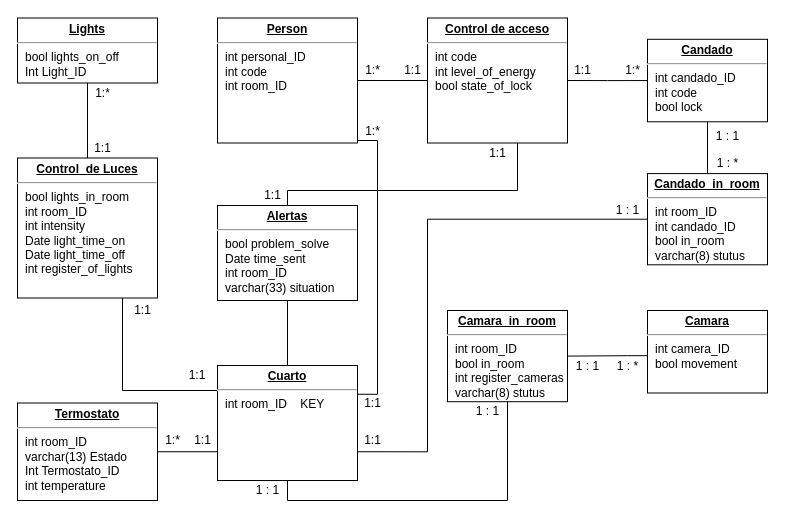
DemiurgeApeiron/A01028325-InternetOfThings keeps this draw.io diagram as act3/Tarea 3 en equipo.drawio. Above is the earlier version. Source tidied: cells renumbered, new cells numbered last; positions are measured from the earlier drawing's top-left corner, leaving out a move shared by most shapes. Both pictures are drawn from the tidied source at 100%, with x=0, y=0 at pixel (17, 18).
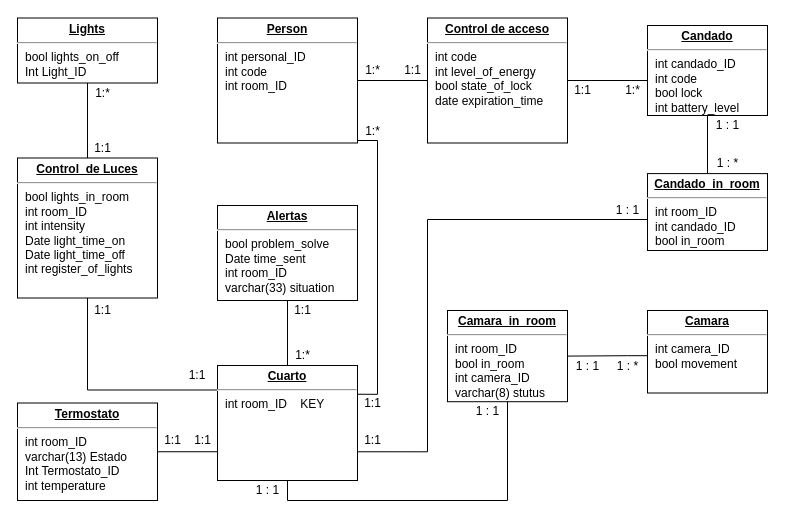
Above is the later version.

Unchanged cells that the change refers to:
```xml
<mxCell id="2" value="&lt;p style=&quot;margin: 0px ; margin-top: 4px ; text-align: center ; text-decoration: underline&quot;&gt;&lt;b&gt;Control&amp;nbsp; de Luces&lt;/b&gt;&lt;/p&gt;&lt;hr&gt;&lt;p style=&quot;margin: 0px ; margin-left: 8px&quot;&gt;bool lights_in_room&lt;/p&gt;&lt;p style=&quot;margin: 0px ; margin-left: 8px&quot;&gt;int room_ID&lt;/p&gt;&lt;p style=&quot;margin: 0px ; margin-left: 8px&quot;&gt;int intensity&lt;/p&gt;&lt;p style=&quot;margin: 0px ; margin-left: 8px&quot;&gt;Date light_time_on&lt;/p&gt;&lt;p style=&quot;margin: 0px ; margin-left: 8px&quot;&gt;Date light_time_off&lt;/p&gt;&lt;p style=&quot;margin: 0px ; margin-left: 8px&quot;&gt;int register_of_lights&lt;/p&gt;&lt;p style=&quot;margin: 0px ; margin-left: 8px&quot;&gt;&lt;br&gt;&lt;/p&gt;&lt;p style=&quot;margin: 0px ; margin-left: 8px&quot;&gt;&lt;br&gt;&lt;/p&gt;" style="verticalAlign=top;align=left;overflow=fill;fontSize=12;fontFamily=Helvetica;html=1;rounded=0;shadow=0;comic=0;labelBackgroundColor=none;strokeWidth=1;" parent="1" vertex="1">
  <mxGeometry y="139.5" width="140" height="140" as="geometry" />
</mxCell>
<mxCell id="5" value="&lt;p style=&quot;margin: 0px ; margin-top: 4px ; text-align: center ; text-decoration: underline&quot;&gt;&lt;b&gt;Alertas&lt;/b&gt;&lt;/p&gt;&lt;hr&gt;&lt;p style=&quot;margin: 0px ; margin-left: 8px&quot;&gt;bool problem_solve&lt;/p&gt;&lt;p style=&quot;margin: 0px ; margin-left: 8px&quot;&gt;Date time_sent&lt;/p&gt;&lt;p style=&quot;margin: 0px ; margin-left: 8px&quot;&gt;int room_ID&lt;/p&gt;&lt;p style=&quot;margin: 0px ; margin-left: 8px&quot;&gt;varchar(33) situation&lt;/p&gt;" style="verticalAlign=top;align=left;overflow=fill;fontSize=12;fontFamily=Helvetica;html=1;rounded=0;shadow=0;comic=0;labelBackgroundColor=none;strokeWidth=1;" parent="1" vertex="1">
  <mxGeometry x="200" y="187" width="140" height="95" as="geometry" />
</mxCell>
<mxCell id="7" value="&lt;p style=&quot;margin: 0px ; margin-top: 4px ; text-align: center ; text-decoration: underline&quot;&gt;&lt;b&gt;Cuarto&lt;/b&gt;&lt;/p&gt;&lt;hr&gt;&lt;p style=&quot;margin: 0px ; margin-left: 8px&quot;&gt;int room_ID&amp;nbsp;&amp;nbsp;&amp;nbsp; KEY&lt;br&gt;&lt;/p&gt;&lt;p style=&quot;margin: 0px ; margin-left: 8px&quot;&gt;&lt;br&gt;&lt;/p&gt;" style="verticalAlign=top;align=left;overflow=fill;fontSize=12;fontFamily=Helvetica;html=1;rounded=0;shadow=0;comic=0;labelBackgroundColor=none;strokeWidth=1;" parent="1" vertex="1">
  <mxGeometry x="200" y="347" width="140" height="115" as="geometry" />
</mxCell>
```

What changed in the source:
```diff
@@
-    <mxCell id="6" style="edgeStyle=orthogonalEdgeStyle;rounded=0;html=1;exitX=0;exitY=0.25;entryX=0.75;entryY=1;labelBackgroundColor=none;endArrow=none;endFill=0;endSize=8;fontFamily=Verdana;fontSize=12;align=left;entryDx=0;entryDy=0;" parent="1" edge="1" source="7" target="2">
+    <mxCell id="6" style="edgeStyle=orthogonalEdgeStyle;rounded=0;html=1;exitX=0;exitY=0.25;labelBackgroundColor=none;endArrow=none;endFill=0;endSize=8;fontFamily=Verdana;fontSize=12;align=left;" parent="1" edge="1" source="7">
       <mxGeometry relative="1" as="geometry">
+        <mxPoint x="70" y="279.5" as="targetPoint" />
         <Array as="points">
-          <mxPoint x="200" y="372" />
-          <mxPoint x="105" y="372" />
+          <mxPoint x="200" y="371.5" />
+          <mxPoint x="70" y="371.5" />
+          <mxPoint x="70" y="279.5" />
         </Array>
       </mxGeometry>
     </mxCell>
@@
-    <mxCell id="8" style="edgeStyle=orthogonalEdgeStyle;rounded=0;html=1;labelBackgroundColor=none;endArrow=none;endFill=0;endSize=8;fontFamily=Verdana;fontSize=12;align=left;entryX=0.5;entryY=0;entryDx=0;entryDy=0;" parent="1" edge="1" source="9" target="5">
-      <mxGeometry relative="1" as="geometry">
-        <Array as="points">
-          <mxPoint x="500" y="172" />
-          <mxPoint x="270" y="172" />
-        </Array>
-      </mxGeometry>
-    </mxCell>
-    <mxCell id="9" value="&lt;p style=&quot;margin: 0px ; margin-top: 4px ; text-align: center ; text-decoration: underline&quot;&gt;&lt;b&gt;Control de acceso&lt;/b&gt;&lt;/p&gt;&lt;hr&gt;&lt;p style=&quot;margin: 0px ; margin-left: 8px&quot;&gt;int code&lt;/p&gt;&lt;p style=&quot;margin: 0px ; margin-left: 8px&quot;&gt;int level_of_energy&lt;/p&gt;&lt;p style=&quot;margin: 0px ; margin-left: 8px&quot;&gt;bool state_of_lock&lt;/p&gt;&lt;p style=&quot;margin: 0px ; margin-left: 8px&quot;&gt;&lt;br&gt;&lt;/p&gt;" style="verticalAlign=top;align=left;overflow=fill;fontSize=12;fontFamily=Helvetica;html=1;rounded=0;shadow=0;comic=0;labelBackgroundColor=none;strokeWidth=1;" parent="1" vertex="1">
+    <mxCell id="9" value="&lt;p style=&quot;margin: 0px ; margin-top: 4px ; text-align: center ; text-decoration: underline&quot;&gt;&lt;b&gt;Control de acceso&lt;/b&gt;&lt;/p&gt;&lt;hr&gt;&lt;p style=&quot;margin: 0px ; margin-left: 8px&quot;&gt;int code&lt;/p&gt;&lt;p style=&quot;margin: 0px ; margin-left: 8px&quot;&gt;int level_of_energy&lt;/p&gt;&lt;p style=&quot;margin: 0px ; margin-left: 8px&quot;&gt;bool state_of_lock&lt;/p&gt;&lt;p style=&quot;margin: 0px ; margin-left: 8px&quot;&gt;date expiration_time&lt;br&gt;&lt;/p&gt;&lt;p style=&quot;margin: 0px ; margin-left: 8px&quot;&gt;&lt;br&gt;&lt;/p&gt;" style="verticalAlign=top;align=left;overflow=fill;fontSize=12;fontFamily=Helvetica;html=1;rounded=0;shadow=0;comic=0;labelBackgroundColor=none;strokeWidth=1;" parent="1" vertex="1">
       <mxGeometry x="410" y="-0.5" width="140" height="125" as="geometry" />
     </mxCell>
@@
     <mxCell id="12" value="1:1" style="text;html=1;align=center;verticalAlign=middle;" parent="1" vertex="1">
-      <mxGeometry x="110" y="282" width="30" height="20" as="geometry" />
+      <mxGeometry x="70" y="282" width="30" height="20" as="geometry" />
     </mxCell>
-    <mxCell id="13" value="1:1" style="text;html=1;align=center;verticalAlign=middle;" parent="1" vertex="1">
-      <mxGeometry x="240" y="167" width="30" height="20" as="geometry" />
-    </mxCell>
-    <mxCell id="14" value="1:1" style="text;html=1;align=center;verticalAlign=middle;" parent="1" vertex="1">
-      <mxGeometry x="465" y="124.5" width="30" height="20" as="geometry" />
-    </mxCell>
@@
-    <mxCell id="26" value="1:*" style="text;html=1;align=center;verticalAlign=middle;" parent="1" vertex="1">
+    <mxCell id="26" value="1:1" style="text;html=1;align=center;verticalAlign=middle;" parent="1" vertex="1">
       <mxGeometry x="140" y="412" width="30" height="20" as="geometry" />
     </mxCell>
@@
-    <mxCell id="32" value="&lt;p style=&quot;margin: 0px ; margin-top: 4px ; text-align: center ; text-decoration: underline&quot;&gt;&lt;b&gt;Camara_in_room&lt;/b&gt;&lt;/p&gt;&lt;hr&gt;&lt;p style=&quot;margin: 0px ; margin-left: 8px&quot;&gt;int room_ID&lt;/p&gt;&lt;p style=&quot;margin: 0px ; margin-left: 8px&quot;&gt;bool in_room&lt;/p&gt;&lt;p style=&quot;margin: 0px ; margin-left: 8px&quot;&gt;int register_cameras&lt;/p&gt;&lt;p style=&quot;margin: 0px ; margin-left: 8px&quot;&gt;varchar(8) stutus&lt;br&gt;&lt;/p&gt;" style="verticalAlign=top;align=left;overflow=fill;fontSize=12;fontFamily=Helvetica;html=1;rounded=0;shadow=0;comic=0;labelBackgroundColor=none;strokeWidth=1;" parent="1" vertex="1">
+    <mxCell id="32" value="&lt;p style=&quot;margin: 0px ; margin-top: 4px ; text-align: center ; text-decoration: underline&quot;&gt;&lt;b&gt;Camara_in_room&lt;/b&gt;&lt;/p&gt;&lt;hr&gt;&lt;p style=&quot;margin: 0px ; margin-left: 8px&quot;&gt;int room_ID&lt;/p&gt;&lt;p style=&quot;margin: 0px ; margin-left: 8px&quot;&gt;bool in_room&lt;/p&gt;&lt;p style=&quot;margin: 0px ; margin-left: 8px&quot;&gt;int camera_ID&lt;/p&gt;&lt;p style=&quot;margin: 0px ; margin-left: 8px&quot;&gt;varchar(8) stutus&lt;br&gt;&lt;/p&gt;" style="verticalAlign=top;align=left;overflow=fill;fontSize=12;fontFamily=Helvetica;html=1;rounded=0;shadow=0;comic=0;labelBackgroundColor=none;strokeWidth=1;" parent="1" vertex="1">
       <mxGeometry x="430" y="292" width="120" height="91.2" as="geometry" />
     </mxCell>
@@
-    <mxCell id="35" style="edgeStyle=orthogonalEdgeStyle;rounded=0;jettySize=auto;html=1;exitX=0;exitY=0.5;exitDx=0;exitDy=0;entryX=1;entryY=0.5;entryDx=0;entryDy=0;endArrow=none;endFill=0;" parent="1" edge="1" source="36" target="9">
-      <mxGeometry relative="1" as="geometry" />
+    <mxCell id="35" style="edgeStyle=orthogonalEdgeStyle;rounded=0;jettySize=auto;html=1;exitX=0;exitY=0.5;exitDx=0;exitDy=0;endArrow=none;endFill=0;entryX=1;entryY=0.25;entryDx=0;entryDy=0;" parent="1" edge="1" source="36" target="9">
+      <mxGeometry relative="1" as="geometry">
+        <Array as="points">
+          <mxPoint x="630" y="62" />
+          <mxPoint x="550" y="62" />
+        </Array>
+      </mxGeometry>
     </mxCell>
-    <mxCell id="36" value="&lt;p style=&quot;margin: 0px ; margin-top: 4px ; text-align: center ; text-decoration: underline&quot;&gt;&lt;b&gt;Candado&lt;/b&gt;&lt;/p&gt;&lt;hr&gt;&lt;p style=&quot;margin: 0px ; margin-left: 8px&quot;&gt;int candado_ID&lt;/p&gt;&lt;p style=&quot;margin: 0px ; margin-left: 8px&quot;&gt;int code&lt;br&gt;&lt;/p&gt;&lt;p style=&quot;margin: 0px ; margin-left: 8px&quot;&gt;bool lock&lt;/p&gt;" style="verticalAlign=top;align=left;overflow=fill;fontSize=12;fontFamily=Helvetica;html=1;rounded=0;shadow=0;comic=0;labelBackgroundColor=none;strokeWidth=1;" parent="1" vertex="1">
-      <mxGeometry x="630" y="20.8" width="120" height="82.5" as="geometry" />
+    <mxCell id="36" value="&lt;p style=&quot;margin: 0px ; margin-top: 4px ; text-align: center ; text-decoration: underline&quot;&gt;&lt;b&gt;Candado&lt;/b&gt;&lt;/p&gt;&lt;hr&gt;&lt;p style=&quot;margin: 0px ; margin-left: 8px&quot;&gt;int candado_ID&lt;/p&gt;&lt;p style=&quot;margin: 0px ; margin-left: 8px&quot;&gt;int code&lt;br&gt;&lt;/p&gt;&lt;p style=&quot;margin: 0px ; margin-left: 8px&quot;&gt;bool lock&lt;/p&gt;&lt;p style=&quot;margin: 0px ; margin-left: 8px&quot;&gt;int battery_level&lt;br&gt;&lt;/p&gt;" style="verticalAlign=top;align=left;overflow=fill;fontSize=12;fontFamily=Helvetica;html=1;rounded=0;shadow=0;comic=0;labelBackgroundColor=none;strokeWidth=1;" parent="1" vertex="1">
+      <mxGeometry x="630" y="7" width="120" height="90" as="geometry" />
     </mxCell>
@@
-    <mxCell id="39" value="&lt;p style=&quot;margin: 0px ; margin-top: 4px ; text-align: center ; text-decoration: underline&quot;&gt;&lt;b&gt;Candado_in_room&lt;/b&gt;&lt;/p&gt;&lt;hr&gt;&lt;p style=&quot;margin: 0px ; margin-left: 8px&quot;&gt;int room_ID&lt;/p&gt;&lt;p style=&quot;margin: 0px ; margin-left: 8px&quot;&gt;int candado_ID&lt;/p&gt;&lt;p style=&quot;margin: 0px ; margin-left: 8px&quot;&gt;bool in_room&lt;/p&gt;&lt;p style=&quot;margin: 0px ; margin-left: 8px&quot;&gt;varchar(8) stutus&lt;br&gt;&lt;/p&gt;" style="verticalAlign=top;align=left;overflow=fill;fontSize=12;fontFamily=Helvetica;html=1;rounded=0;shadow=0;comic=0;labelBackgroundColor=none;strokeWidth=1;" parent="1" vertex="1">
-      <mxGeometry x="630" y="155.1" width="120" height="91.2" as="geometry" />
+    <mxCell id="39" value="&lt;p style=&quot;margin: 0px ; margin-top: 4px ; text-align: center ; text-decoration: underline&quot;&gt;&lt;b&gt;Candado_in_room&lt;/b&gt;&lt;/p&gt;&lt;hr&gt;&lt;p style=&quot;margin: 0px ; margin-left: 8px&quot;&gt;int room_ID&lt;/p&gt;&lt;p style=&quot;margin: 0px ; margin-left: 8px&quot;&gt;int candado_ID&lt;/p&gt;&lt;p style=&quot;margin: 0px ; margin-left: 8px&quot;&gt;bool in_room&lt;/p&gt;" style="verticalAlign=top;align=left;overflow=fill;fontSize=12;fontFamily=Helvetica;html=1;rounded=0;shadow=0;comic=0;labelBackgroundColor=none;strokeWidth=1;" parent="1" vertex="1">
+      <mxGeometry x="630" y="155.1" width="120" height="76.9" as="geometry" />
     </mxCell>
     <mxCell id="40" value="1 : 1" style="text;html=1;align=center;verticalAlign=middle;" parent="1" vertex="1">
-      <mxGeometry x="690" y="108.2" width="40" height="20" as="geometry" />
+      <mxGeometry x="690" y="97" width="40" height="20" as="geometry" />
     </mxCell>
     <mxCell id="41" value="1:1" style="text;html=1;align=center;verticalAlign=middle;" parent="1" vertex="1">
-      <mxGeometry x="550" y="42" width="30" height="20" as="geometry" />
+      <mxGeometry x="550" y="62" width="30" height="20" as="geometry" />
     </mxCell>
     <mxCell id="42" value="1:*" style="text;html=1;align=center;verticalAlign=middle;" parent="1" vertex="1">
-      <mxGeometry x="600" y="42" width="30" height="20" as="geometry" />
+      <mxGeometry x="600" y="62" width="30" height="20" as="geometry" />
     </mxCell>
@@
+    <mxCell id="47" value="1:1" style="text;html=1;align=center;verticalAlign=middle;" parent="1" vertex="1">
+      <mxGeometry x="270" y="282" width="30" height="20" as="geometry" />
+    </mxCell>
+    <mxCell id="48" value="1:*" style="text;html=1;align=center;verticalAlign=middle;" parent="1" vertex="1">
+      <mxGeometry x="270" y="327" width="30" height="20" as="geometry" />
+    </mxCell>
```
